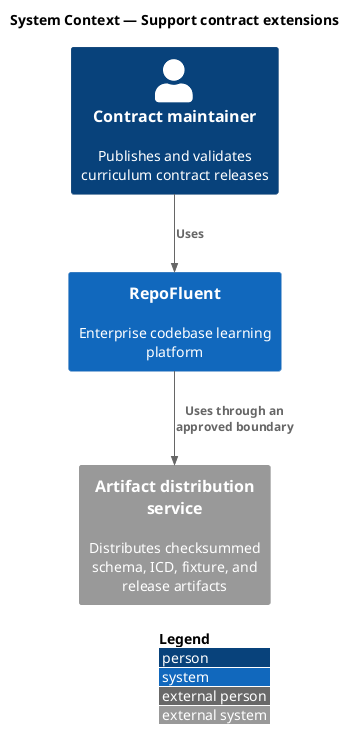
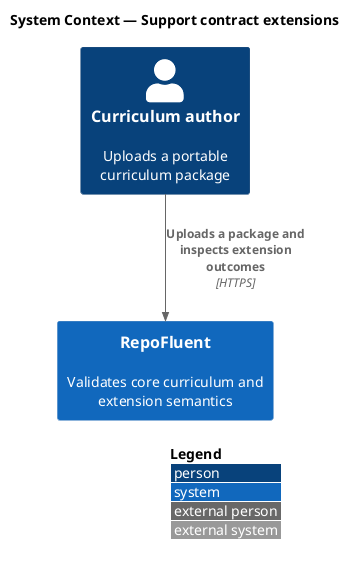
@startuml
!include <C4/C4_Context>
LAYOUT_WITH_LEGEND()
title System Context — Support contract extensions

- Person(actor, "Contract maintainer", "Publishes and validates curriculum contract releases")
- System(repofluent, "RepoFluent", "Enterprise codebase learning platform")
- System_Ext(dependency, "Artifact distribution service", "Distributes checksummed schema, ICD, fixture, and release artifacts")
+ Person(author, "Curriculum author", "Uploads a portable curriculum package")
+ System(repofluent, "RepoFluent", "Validates core curriculum and extension semantics")

- Rel(actor, repofluent, "Uses")
- Rel(repofluent, dependency, "Uses through an approved boundary")
+ Rel(author, repofluent, "Uploads a package and inspects extension outcomes", "HTTPS")
@enduml
